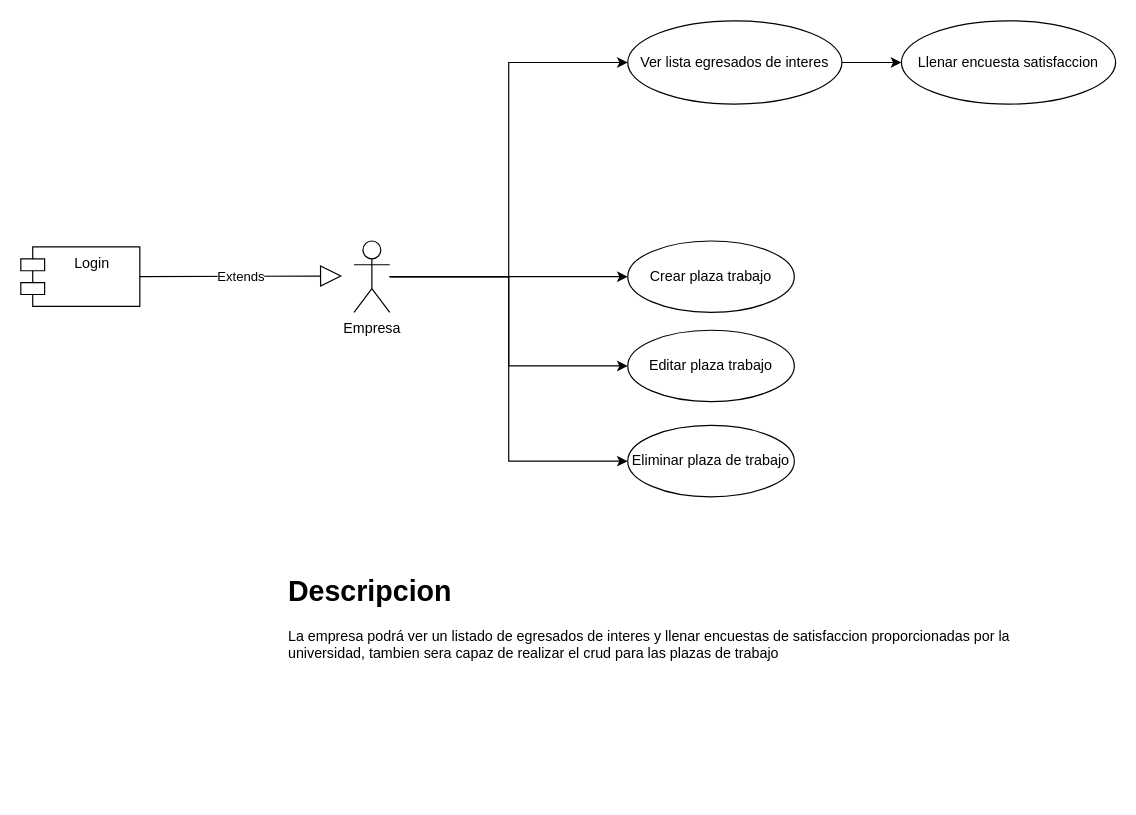
This is page "Modulo Empresa" (4 of 6) of Modelo datos.drawio from Jslquintero/Seguimiento-Egresados, a draw.io file, before an edit. Source tidied: cells renumbered, new cells numbered last; positions are measured from the earlier drawing's top-left corner, leaving out a move shared by most shapes. Both pictures are drawn from the tidied source at 119%, with x=0, y=0 at pixel (20, 20).
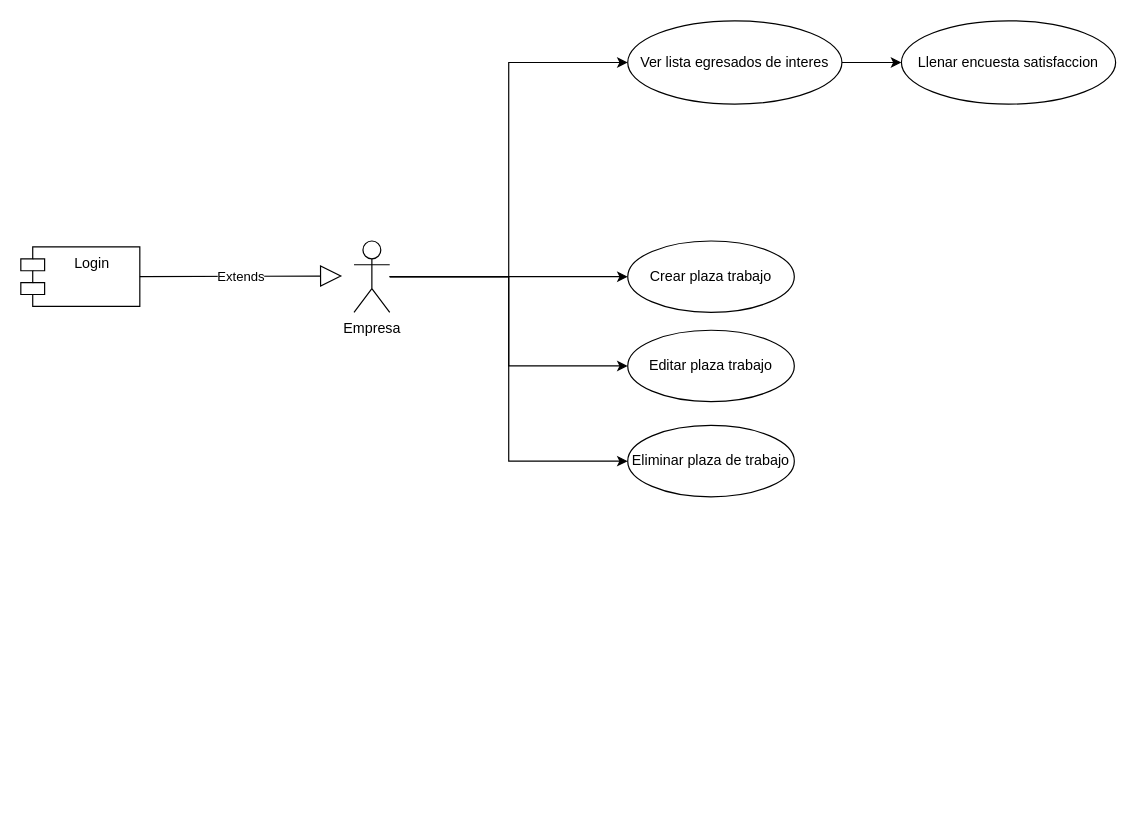
The same diagram, later.

What changed in the source:
```diff
@@
 <mxGraphModel>
   <root>
     <mxCell id="0" />
     <mxCell id="1" parent="0" />
     <mxCell id="2" value="Crear plaza trabajo" style="ellipse;whiteSpace=wrap;html=1;" parent="1" vertex="1">
       <mxGeometry x="510" y="185" width="140" height="60" as="geometry" />
     </mxCell>
     <mxCell id="3" value="Eliminar plaza de trabajo" style="ellipse;whiteSpace=wrap;html=1;" parent="1" vertex="1">
       <mxGeometry x="510" y="340" width="140" height="60" as="geometry" />
     </mxCell>
     <mxCell id="4" value="Editar plaza trabajo" style="ellipse;whiteSpace=wrap;html=1;" parent="1" vertex="1">
       <mxGeometry x="510" y="260" width="140" height="60" as="geometry" />
     </mxCell>
     <mxCell id="5" style="edgeStyle=orthogonalEdgeStyle;rounded=0;jettySize=auto;html=1;entryX=0;entryY=0.5;entryDx=0;entryDy=0;" parent="1" edge="1" source="9" target="11">
       <mxGeometry relative="1" as="geometry" />
     </mxCell>
     <mxCell id="6" style="edgeStyle=orthogonalEdgeStyle;rounded=0;jettySize=auto;html=1;entryX=0;entryY=0.5;entryDx=0;entryDy=0;" parent="1" edge="1" source="9" target="2">
       <mxGeometry relative="1" as="geometry" />
     </mxCell>
     <mxCell id="7" style="edgeStyle=orthogonalEdgeStyle;rounded=0;jettySize=auto;html=1;entryX=0;entryY=0.5;entryDx=0;entryDy=0;" parent="1" edge="1" source="9" target="4">
       <mxGeometry relative="1" as="geometry" />
     </mxCell>
     <mxCell id="8" style="edgeStyle=orthogonalEdgeStyle;rounded=0;jettySize=auto;html=1;entryX=0;entryY=0.5;entryDx=0;entryDy=0;" parent="1" edge="1" source="9" target="3">
       <mxGeometry relative="1" as="geometry" />
     </mxCell>
     <mxCell id="9" value="Empresa" style="shape=umlActor;verticalLabelPosition=bottom;verticalAlign=top;html=1;outlineConnect=0;" parent="1" vertex="1">
       <mxGeometry x="280" y="185" width="30" height="60" as="geometry" />
     </mxCell>
     <mxCell id="10" style="edgeStyle=orthogonalEdgeStyle;rounded=0;jettySize=auto;html=1;" parent="1" edge="1" source="11" target="12">
       <mxGeometry relative="1" as="geometry" />
     </mxCell>
     <mxCell id="11" value="Ver lista egresados de interes" style="ellipse;whiteSpace=wrap;html=1;" parent="1" vertex="1">
       <mxGeometry x="510" width="180" height="70" as="geometry" />
     </mxCell>
     <mxCell id="12" value="Llenar encuesta satisfaccion" style="ellipse;whiteSpace=wrap;html=1;" parent="1" vertex="1">
       <mxGeometry x="740" width="180" height="70" as="geometry" />
     </mxCell>
     <mxCell id="13" value="Login" style="shape=module;align=left;spacingLeft=20;align=center;verticalAlign=top;" parent="1" vertex="1">
       <mxGeometry y="190" width="100" height="50" as="geometry" />
     </mxCell>
     <mxCell id="14" value="Extends" style="endArrow=block;endSize=16;endFill=0;html=1;rounded=0;strokeColor=#000000;exitX=1;exitY=0.5;exitDx=0;exitDy=0;" parent="1" edge="1" source="13">
       <mxGeometry relative="1" as="geometry">
         <mxPoint x="270" y="214.4" as="targetPoint" />
       </mxGeometry>
     </mxCell>
-    <mxCell id="15" value="&lt;h1&gt;Descripcion&lt;/h1&gt;&lt;p&gt;La empresa podrá ver un listado de egresados de interes y llenar encuestas de satisfaccion proporcionadas por la universidad, tambien sera capaz de realizar el crud para las plazas de trabajo&lt;/p&gt;" style="text;html=1;strokeColor=none;fillColor=none;spacing=5;spacingTop=-20;whiteSpace=wrap;overflow=hidden;rounded=0;" parent="1" vertex="1">
-      <mxGeometry x="220" y="460" width="681" height="190" as="geometry" />
-    </mxCell>
   </root>
 </mxGraphModel>
```
